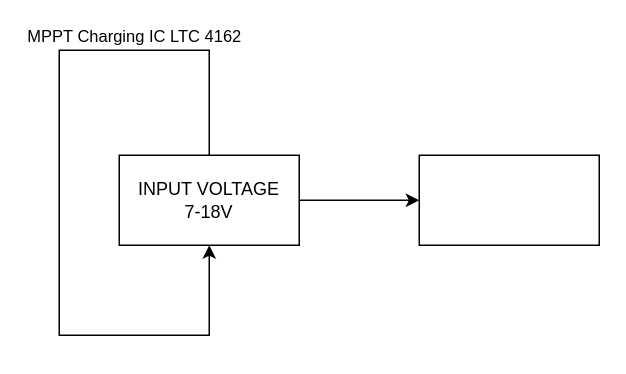
K2ayzz/ForDrawIO keeps this draw.io diagram as Power_Source.drawio. Above is the earlier version. Source tidied: cells renumbered, new cells numbered last; positions are measured from the earlier drawing's top-left corner, leaving out a move shared by most shapes. Both pictures are drawn from the tidied source at 150%, with x=0, y=0 at pixel (58, 50).
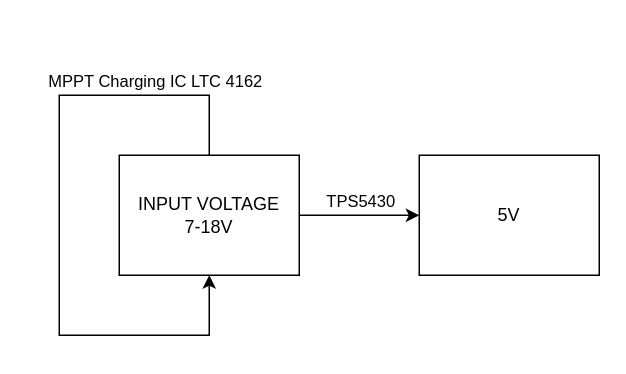
Above is the later version.

Commit message (it also covers changes not shown here):
Cập nhật Power_Source.drawio

Change to the diagram source:
```diff
@@
 <mxGraphModel>
   <root>
     <mxCell id="0" />
     <mxCell id="1" parent="0" />
     <mxCell id="2" style="edgeStyle=orthogonalEdgeStyle;rounded=0;jettySize=auto;html=1;" parent="1" edge="1" source="5" target="6">
       <mxGeometry relative="1" as="geometry" />
     </mxCell>
+    <mxCell id="7" value="TPS5430" style="edgeLabel;html=1;align=center;verticalAlign=middle;" parent="2" vertex="1">
+      <mxGeometry x="-0.18" relative="1" as="geometry">
+        <mxPoint x="7" y="-10" as="offset" />
+      </mxGeometry>
+    </mxCell>
     <mxCell id="3" style="edgeStyle=orthogonalEdgeStyle;rounded=0;jettySize=auto;html=1;entryX=0.5;entryY=1;entryDx=0;entryDy=0;" parent="1" edge="1" target="5">
       <mxGeometry relative="1" as="geometry">
-        <mxPoint x="100" y="80" as="sourcePoint" />
+        <mxPoint x="100" y="110" as="sourcePoint" />
         <Array as="points">
-          <mxPoint x="100" />
-          <mxPoint />
+          <mxPoint x="100" y="30" />
+          <mxPoint y="30" />
           <mxPoint y="190" />
           <mxPoint x="100" y="190" />
         </Array>
       </mxGeometry>
     </mxCell>
     <mxCell id="4" value="MPPT Charging IC LTC 4162" style="edgeLabel;html=1;align=center;verticalAlign=middle;" parent="3" vertex="1">
       <mxGeometry x="-0.45" y="-1" relative="1" as="geometry">
         <mxPoint x="15" y="-9" as="offset" />
       </mxGeometry>
     </mxCell>
     <mxCell id="5" value="INPUT VOLTAGE&lt;div&gt;7-18V&lt;/div&gt;" style="rounded=0;whiteSpace=wrap;html=1;" parent="1" vertex="1">
-      <mxGeometry x="40" y="70" width="120" height="60" as="geometry" />
+      <mxGeometry x="40" y="70" width="120" height="80" as="geometry" />
     </mxCell>
-    <mxCell id="6" style="whiteSpace=wrap;html=1;rounded=0;" parent="1" vertex="1">
-      <mxGeometry x="240" y="70" width="120" height="60" as="geometry" />
+    <mxCell id="6" value="5V" style="whiteSpace=wrap;html=1;rounded=0;" parent="1" vertex="1">
+      <mxGeometry x="240" y="70" width="120" height="80" as="geometry" />
     </mxCell>
   </root>
 </mxGraphModel>
```
